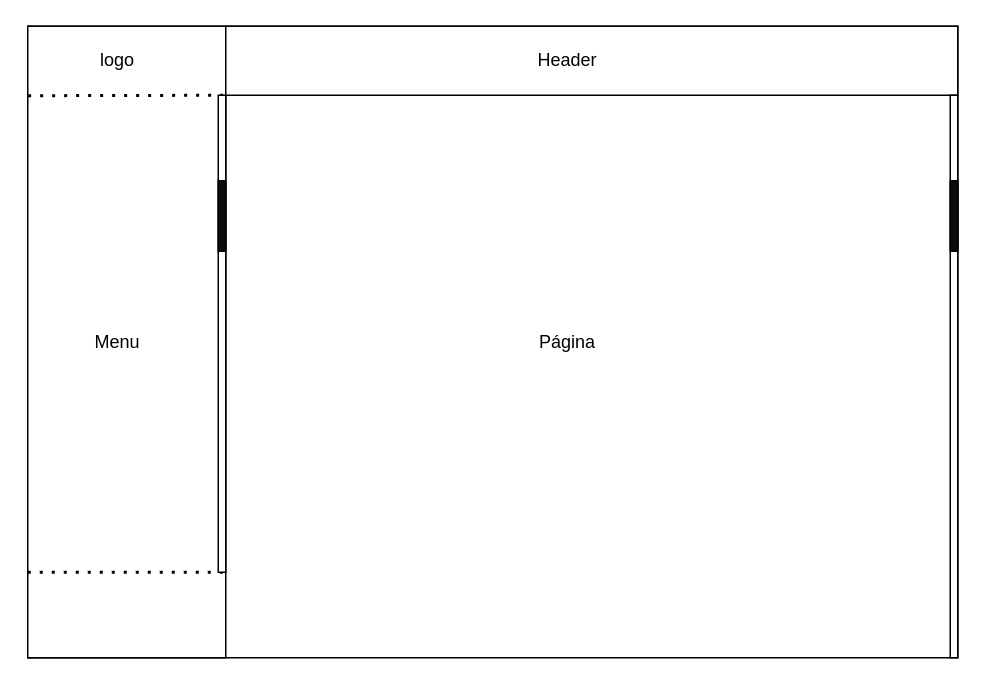
This is Diagrama sem nome.drawio from Avflux/drawio, a draw.io file, before an edit. Source tidied: cells renumbered, new cells numbered last; positions are measured from the earlier drawing's top-left corner, leaving out a move shared by most shapes. Both pictures are drawn from the tidied source at 150%, with x=0, y=0 at pixel (27, 26).
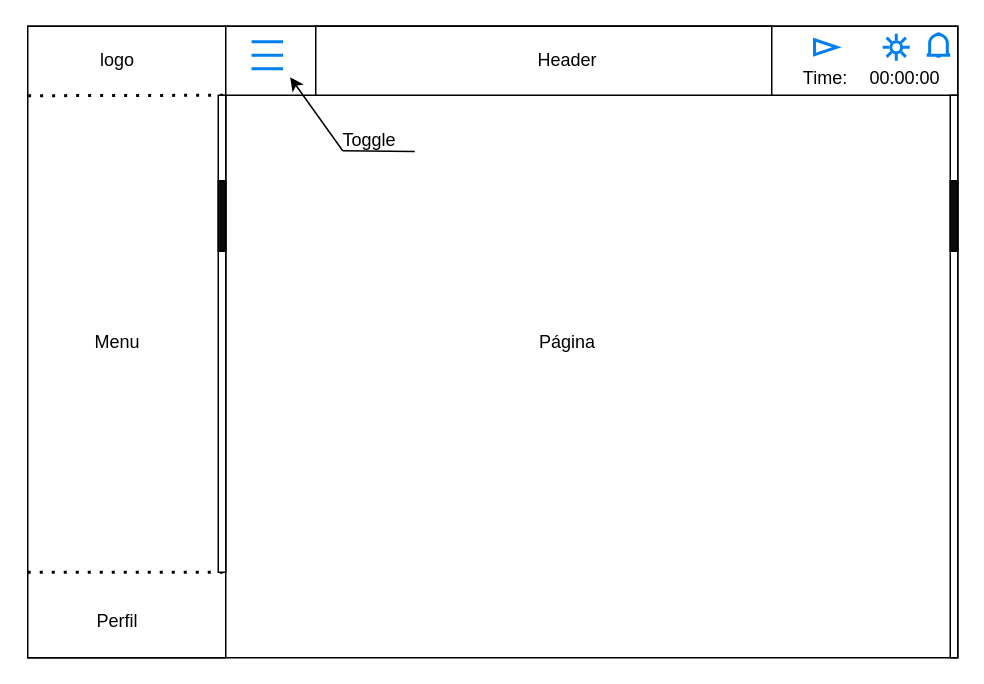
After the change.

Unchanged cells that the change refers to:
```xml
<mxCell id="4" style="whiteSpace=wrap;html=1;" parent="1" vertex="1">
  <mxGeometry x="132" width="488" height="46" as="geometry" />
</mxCell>
```

What changed in the source:
```diff
@@
-    <mxCell id="6" value="Header" style="text;strokeColor=none;align=center;fillColor=none;html=1;verticalAlign=middle;whiteSpace=wrap;rounded=0;" parent="1" vertex="1">
-      <mxGeometry x="330" y="8" width="60" height="30" as="geometry" />
-    </mxCell>
@@
+    <mxCell id="15" style="endArrow=classic;html=1;rounded=0;entryX=0.088;entryY=0.739;entryDx=0;entryDy=0;entryPerimeter=0;" parent="1" edge="1" target="4">
+      <mxGeometry relative="1" as="geometry">
+        <mxPoint x="210" y="83" as="sourcePoint" />
+      </mxGeometry>
+    </mxCell>
+    <mxCell id="16" style="endArrow=none;html=1;rounded=0;entryX=1;entryY=0.75;entryDx=0;entryDy=0;" parent="1" edge="1" target="17">
+      <mxGeometry relative="1" as="geometry">
+        <mxPoint x="210" y="83" as="sourcePoint" />
+      </mxGeometry>
+    </mxCell>
+    <mxCell id="17" value="Toggle" style="text;strokeColor=none;align=center;fillColor=none;html=1;verticalAlign=middle;whiteSpace=wrap;rounded=0;" parent="1" vertex="1">
+      <mxGeometry x="198" y="61" width="60" height="30" as="geometry" />
+    </mxCell>
+    <mxCell id="18" style="rounded=0;whiteSpace=wrap;html=1;" parent="1" vertex="1">
+      <mxGeometry x="192" width="304" height="46" as="geometry" />
+    </mxCell>
+    <mxCell id="6" value="Header" style="text;strokeColor=none;align=center;fillColor=none;html=1;verticalAlign=middle;whiteSpace=wrap;rounded=0;" parent="1" vertex="1">
+      <mxGeometry x="330" y="8" width="60" height="30" as="geometry" />
+    </mxCell>
+    <mxCell id="19" style="html=1;verticalLabelPosition=bottom;align=center;labelBackgroundColor=#ffffff;verticalAlign=top;strokeWidth=2;strokeColor=#0080F0;shadow=0;dashed=0;shape=mxgraph.ios7.icons.bell;" parent="1" vertex="1">
+      <mxGeometry x="599.3" y="5" width="15.7" height="15.1" as="geometry" />
+    </mxCell>
+    <mxCell id="20" value="Perfil" style="text;strokeColor=none;align=center;fillColor=none;html=1;verticalAlign=middle;whiteSpace=wrap;rounded=0;" parent="1" vertex="1">
+      <mxGeometry x="30" y="382" width="60" height="30" as="geometry" />
+    </mxCell>
+    <mxCell id="21" style="html=1;verticalLabelPosition=bottom;align=center;labelBackgroundColor=#ffffff;verticalAlign=top;strokeWidth=2;strokeColor=#0080F0;shadow=0;dashed=0;shape=mxgraph.ios7.icons.sun;" parent="1" vertex="1">
+      <mxGeometry x="570" y="5" width="18" height="18" as="geometry" />
+    </mxCell>
+    <mxCell id="22" value="00:00:00" style="text;strokeColor=none;align=center;fillColor=none;html=1;verticalAlign=middle;whiteSpace=wrap;rounded=0;" parent="1" vertex="1">
+      <mxGeometry x="555" y="20.1" width="60" height="30" as="geometry" />
+    </mxCell>
+    <mxCell id="23" style="html=1;verticalLabelPosition=bottom;align=center;labelBackgroundColor=#ffffff;verticalAlign=top;strokeWidth=2;strokeColor=#0080F0;shadow=0;dashed=0;shape=mxgraph.ios7.icons.most_viewed;" parent="1" vertex="1">
+      <mxGeometry x="142" y="8" width="28.2" height="22.8" as="geometry" />
+    </mxCell>
+    <mxCell id="24" value="Time:" style="text;strokeColor=none;align=center;fillColor=none;html=1;verticalAlign=middle;whiteSpace=wrap;rounded=0;" parent="1" vertex="1">
+      <mxGeometry x="502" y="20.1" width="60" height="30" as="geometry" />
+    </mxCell>
+    <mxCell id="25" style="html=1;verticalLabelPosition=bottom;align=center;labelBackgroundColor=#ffffff;verticalAlign=top;strokeWidth=2;strokeColor=#0080F0;shadow=0;dashed=0;shape=mxgraph.ios7.icons.play;" parent="1" vertex="1">
+      <mxGeometry x="524.5" y="9" width="15" height="10" as="geometry" />
+    </mxCell>
```
